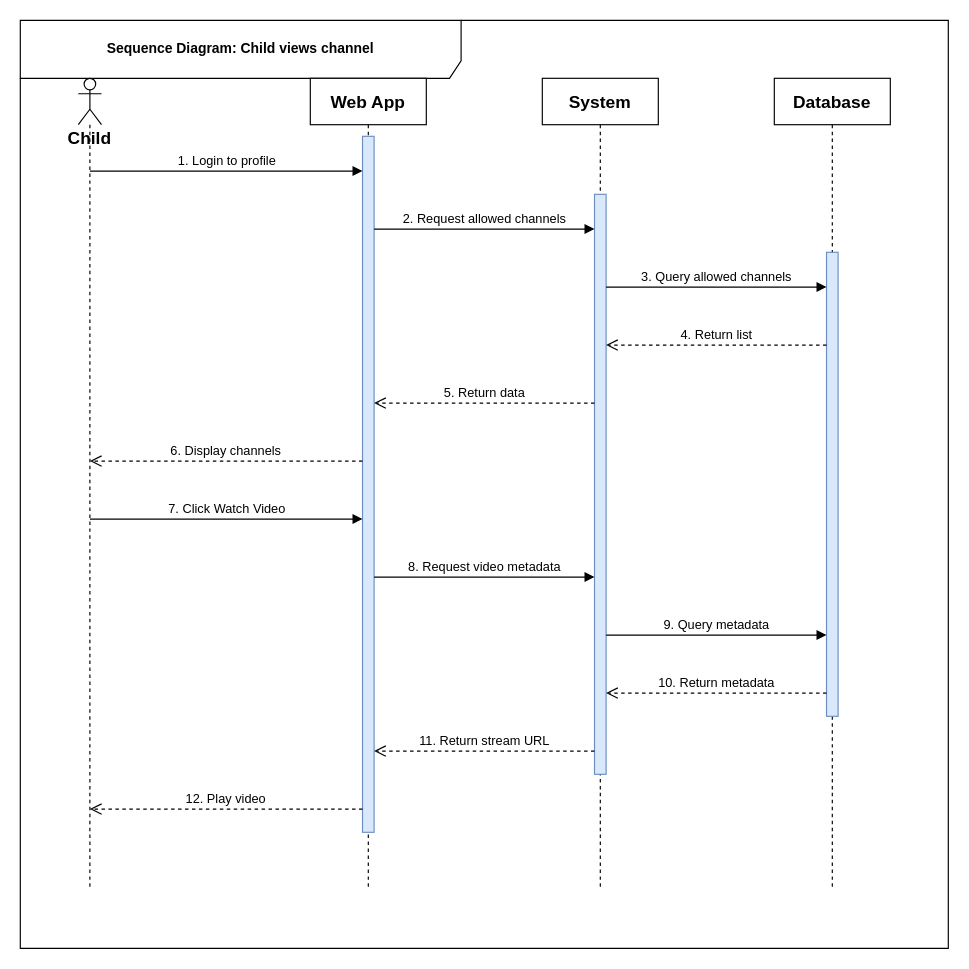
Above: seq_child.drawio in MahmoudHamdy19/diagrams- (draw.io), before the change. Source tidied: cells renumbered, new cells numbered last; positions are measured from the earlier drawing's top-left corner, leaving out a move shared by most shapes. Both pictures are drawn from the tidied source at 116%, with x=0, y=0 at pixel (20, 20).
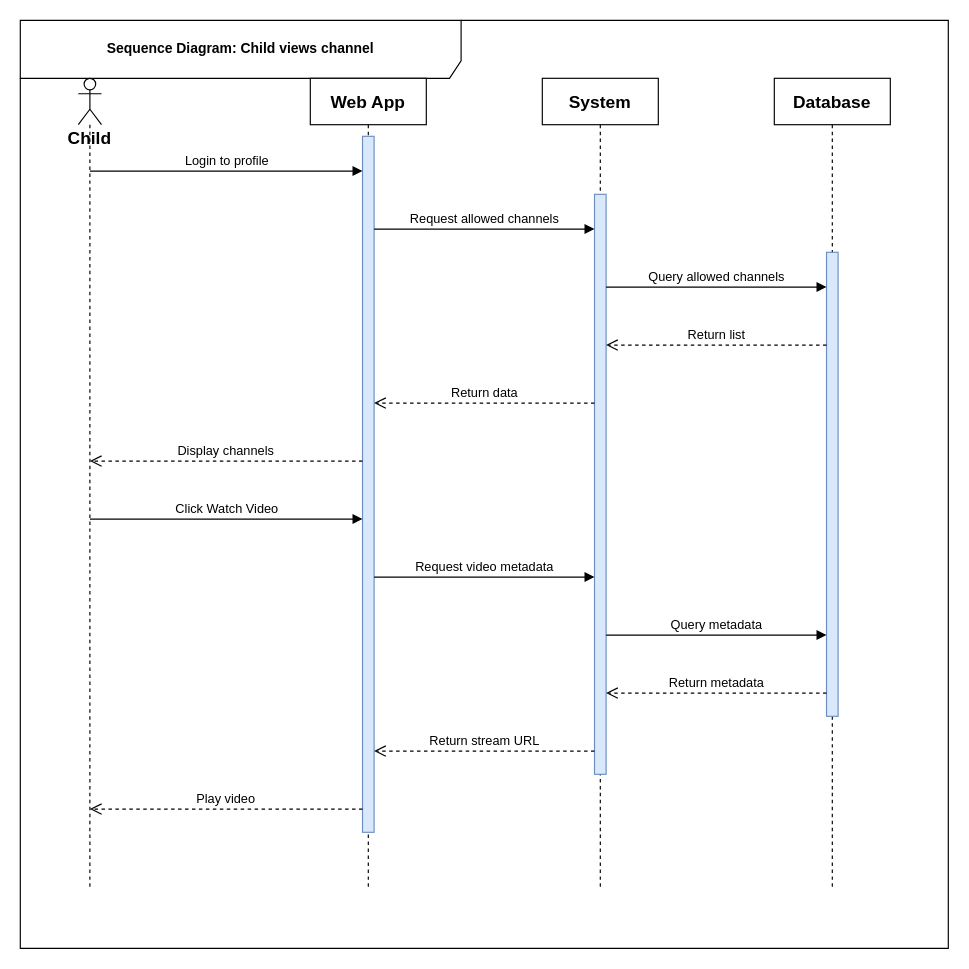
The same diagram, later.

Diff of the diagram source:
```diff
@@
-    <mxCell id="10" value="1. Login to profile" style="html=1;verticalAlign=bottom;endArrow=block;fontFamily=Helvetica;" parent="1" edge="1">
+    <mxCell id="10" value="Login to profile" style="html=1;verticalAlign=bottom;endArrow=block;fontFamily=Helvetica;" parent="1" edge="1">
       <mxGeometry relative="1" as="geometry">
         <mxPoint x="60" y="130" as="sourcePoint" />
         <mxPoint x="295" y="130" as="targetPoint" />
       </mxGeometry>
     </mxCell>
-    <mxCell id="11" value="2. Request allowed channels" style="html=1;verticalAlign=bottom;endArrow=block;fontFamily=Helvetica;" parent="1" edge="1">
+    <mxCell id="11" value="Request allowed channels" style="html=1;verticalAlign=bottom;endArrow=block;fontFamily=Helvetica;" parent="1" edge="1">
       <mxGeometry relative="1" as="geometry">
         <mxPoint x="305" y="180" as="sourcePoint" />
         <mxPoint x="495" y="180" as="targetPoint" />
       </mxGeometry>
     </mxCell>
-    <mxCell id="12" value="3. Query allowed channels" style="html=1;verticalAlign=bottom;endArrow=block;fontFamily=Helvetica;" parent="1" edge="1">
+    <mxCell id="12" value="Query allowed channels" style="html=1;verticalAlign=bottom;endArrow=block;fontFamily=Helvetica;" parent="1" edge="1">
       <mxGeometry relative="1" as="geometry">
         <mxPoint x="505" y="230" as="sourcePoint" />
         <mxPoint x="695" y="230" as="targetPoint" />
       </mxGeometry>
     </mxCell>
-    <mxCell id="13" value="4. Return list" style="html=1;verticalAlign=bottom;endArrow=open;dashed=1;endSize=8;fontFamily=Helvetica;" parent="1" edge="1">
+    <mxCell id="13" value="Return list" style="html=1;verticalAlign=bottom;endArrow=open;dashed=1;endSize=8;fontFamily=Helvetica;" parent="1" edge="1">
       <mxGeometry relative="1" as="geometry">
         <mxPoint x="695" y="280" as="sourcePoint" />
         <mxPoint x="505" y="280" as="targetPoint" />
       </mxGeometry>
     </mxCell>
-    <mxCell id="14" value="5. Return data" style="html=1;verticalAlign=bottom;endArrow=open;dashed=1;endSize=8;fontFamily=Helvetica;" parent="1" edge="1">
+    <mxCell id="14" value="Return data" style="html=1;verticalAlign=bottom;endArrow=open;dashed=1;endSize=8;fontFamily=Helvetica;" parent="1" edge="1">
       <mxGeometry relative="1" as="geometry">
         <mxPoint x="495" y="330" as="sourcePoint" />
         <mxPoint x="305" y="330" as="targetPoint" />
       </mxGeometry>
     </mxCell>
-    <mxCell id="15" value="6. Display channels" style="html=1;verticalAlign=bottom;endArrow=open;dashed=1;endSize=8;fontFamily=Helvetica;" parent="1" edge="1">
+    <mxCell id="15" value="Display channels" style="html=1;verticalAlign=bottom;endArrow=open;dashed=1;endSize=8;fontFamily=Helvetica;" parent="1" edge="1">
       <mxGeometry relative="1" as="geometry">
         <mxPoint x="295" y="380" as="sourcePoint" />
         <mxPoint x="60" y="380" as="targetPoint" />
       </mxGeometry>
     </mxCell>
-    <mxCell id="16" value="7. Click Watch Video" style="html=1;verticalAlign=bottom;endArrow=block;fontFamily=Helvetica;" parent="1" edge="1">
+    <mxCell id="16" value="Click Watch Video" style="html=1;verticalAlign=bottom;endArrow=block;fontFamily=Helvetica;" parent="1" edge="1">
       <mxGeometry relative="1" as="geometry">
         <mxPoint x="60" y="430" as="sourcePoint" />
         <mxPoint x="295" y="430" as="targetPoint" />
       </mxGeometry>
     </mxCell>
-    <mxCell id="17" value="8. Request video metadata" style="html=1;verticalAlign=bottom;endArrow=block;fontFamily=Helvetica;" parent="1" edge="1">
+    <mxCell id="17" value="Request video metadata" style="html=1;verticalAlign=bottom;endArrow=block;fontFamily=Helvetica;" parent="1" edge="1">
       <mxGeometry relative="1" as="geometry">
         <mxPoint x="305" y="480" as="sourcePoint" />
         <mxPoint x="495" y="480" as="targetPoint" />
       </mxGeometry>
     </mxCell>
-    <mxCell id="18" value="9. Query metadata" style="html=1;verticalAlign=bottom;endArrow=block;fontFamily=Helvetica;" parent="1" edge="1">
+    <mxCell id="18" value="Query metadata" style="html=1;verticalAlign=bottom;endArrow=block;fontFamily=Helvetica;" parent="1" edge="1">
       <mxGeometry relative="1" as="geometry">
         <mxPoint x="505" y="530" as="sourcePoint" />
         <mxPoint x="695" y="530" as="targetPoint" />
       </mxGeometry>
     </mxCell>
-    <mxCell id="19" value="10. Return metadata" style="html=1;verticalAlign=bottom;endArrow=open;dashed=1;endSize=8;fontFamily=Helvetica;" parent="1" edge="1">
+    <mxCell id="19" value="Return metadata" style="html=1;verticalAlign=bottom;endArrow=open;dashed=1;endSize=8;fontFamily=Helvetica;" parent="1" edge="1">
       <mxGeometry relative="1" as="geometry">
         <mxPoint x="695" y="580" as="sourcePoint" />
         <mxPoint x="505" y="580" as="targetPoint" />
       </mxGeometry>
     </mxCell>
-    <mxCell id="20" value="11. Return stream URL" style="html=1;verticalAlign=bottom;endArrow=open;dashed=1;endSize=8;fontFamily=Helvetica;" parent="1" edge="1">
+    <mxCell id="20" value="Return stream URL" style="html=1;verticalAlign=bottom;endArrow=open;dashed=1;endSize=8;fontFamily=Helvetica;" parent="1" edge="1">
       <mxGeometry relative="1" as="geometry">
         <mxPoint x="495" y="630" as="sourcePoint" />
         <mxPoint x="305" y="630" as="targetPoint" />
       </mxGeometry>
     </mxCell>
-    <mxCell id="21" value="12. Play video" style="html=1;verticalAlign=bottom;endArrow=open;dashed=1;endSize=8;fontFamily=Helvetica;" parent="1" edge="1">
+    <mxCell id="21" value="Play video" style="html=1;verticalAlign=bottom;endArrow=open;dashed=1;endSize=8;fontFamily=Helvetica;" parent="1" edge="1">
       <mxGeometry relative="1" as="geometry">
         <mxPoint x="295" y="680" as="sourcePoint" />
         <mxPoint x="60" y="680" as="targetPoint" />
       </mxGeometry>
     </mxCell>
```
